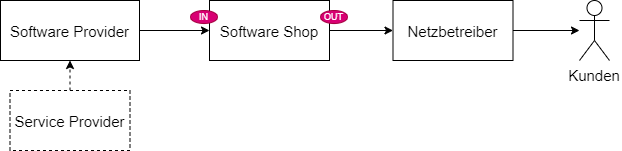
Before: Ausarbeitung/text/pictures/konzept-supplychain.png, a diagram exported from draw.io (hesty98/bachelorthesis). Source tidied: cells renumbered, new cells last; positions are measured from the earlier drawing's top-left corner, leaving out a move shared by most shapes.
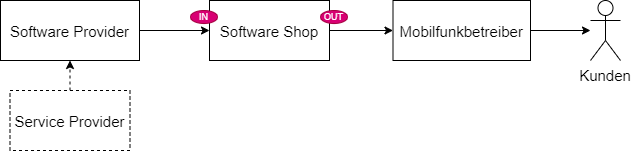
Later version of the same file.

What changed in the source:
```diff
@@ -17,11 +17,11 @@
     <mxCell id="6" style="edgeStyle=orthogonalEdgeStyle;rounded=0;jettySize=auto;html=0;exitX=1;exitY=0.5;exitDx=0;exitDy=0;" parent="1" edge="1" source="7" target="8">
       <mxGeometry relative="1" as="geometry" />
     </mxCell>
-    <mxCell id="7" value="Netzbetreiber" style="rounded=0;fontSize=15;" parent="1" vertex="1">
-      <mxGeometry x="392.5" width="120" height="60" as="geometry" />
+    <mxCell id="7" value="Mobilfunkbetreiber" style="rounded=0;fontSize=15;" parent="1" vertex="1">
+      <mxGeometry x="392.5" width="137.5" height="60" as="geometry" />
     </mxCell>
     <mxCell id="8" value="Kunden" style="shape=umlActor;verticalLabelPosition=bottom;labelBackgroundColor=#ffffff;verticalAlign=top;outlineConnect=0;fontSize=15;" parent="1" vertex="1">
-      <mxGeometry x="579" width="30" height="60" as="geometry" />
+      <mxGeometry x="590" width="30" height="60" as="geometry" />
     </mxCell>
     <mxCell id="9" style="edgeStyle=orthogonalEdgeStyle;rounded=0;jettySize=auto;html=0;exitX=0.5;exitY=0;exitDx=0;exitDy=0;entryX=0.5;entryY=1;entryDx=0;entryDy=0;dashed=1;" parent="1" edge="1" source="10" target="3">
       <mxGeometry relative="1" as="geometry" />
```
